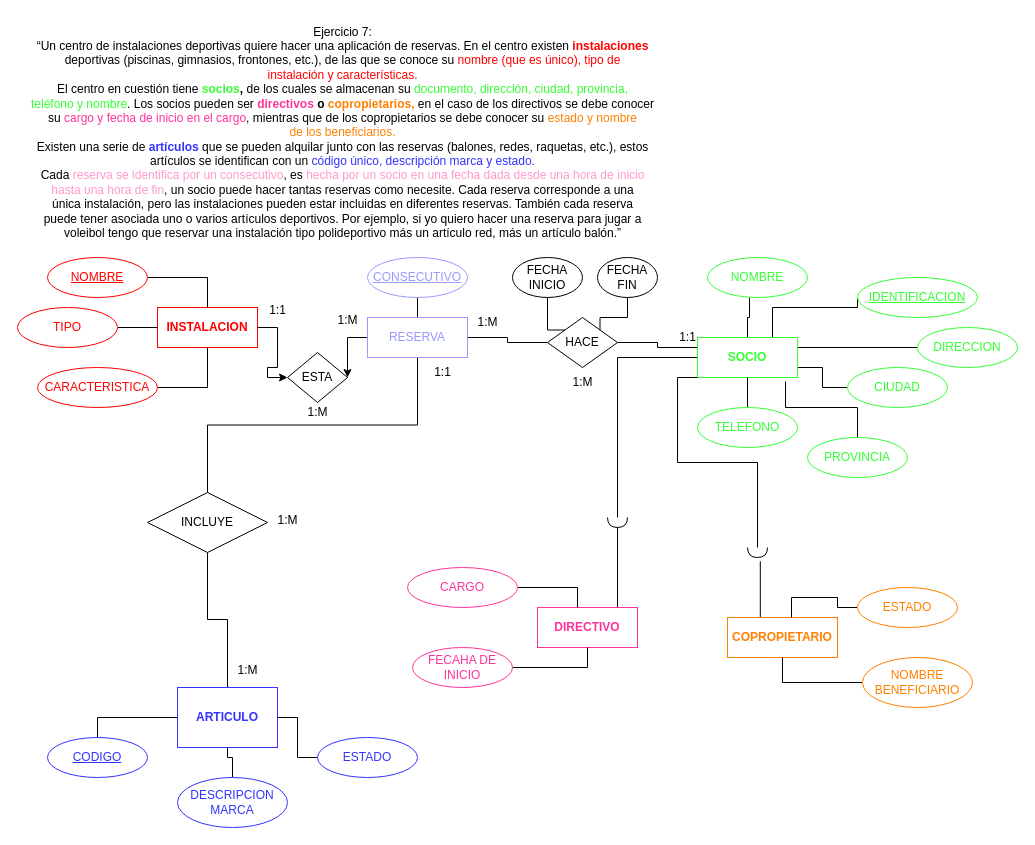
Earlier version of the draw.io diagram page "Página-3" (3 of 4) of Diagrama sin título.drawio (Cris25nkl/DIAGRAMS_BD). Source tidied: cells renumbered, new cells numbered last; positions are measured from the earlier drawing's top-left corner, leaving out a move shared by most shapes. Both pictures are drawn from the tidied source at 100%, with x=0, y=0 at pixel (17, 17).
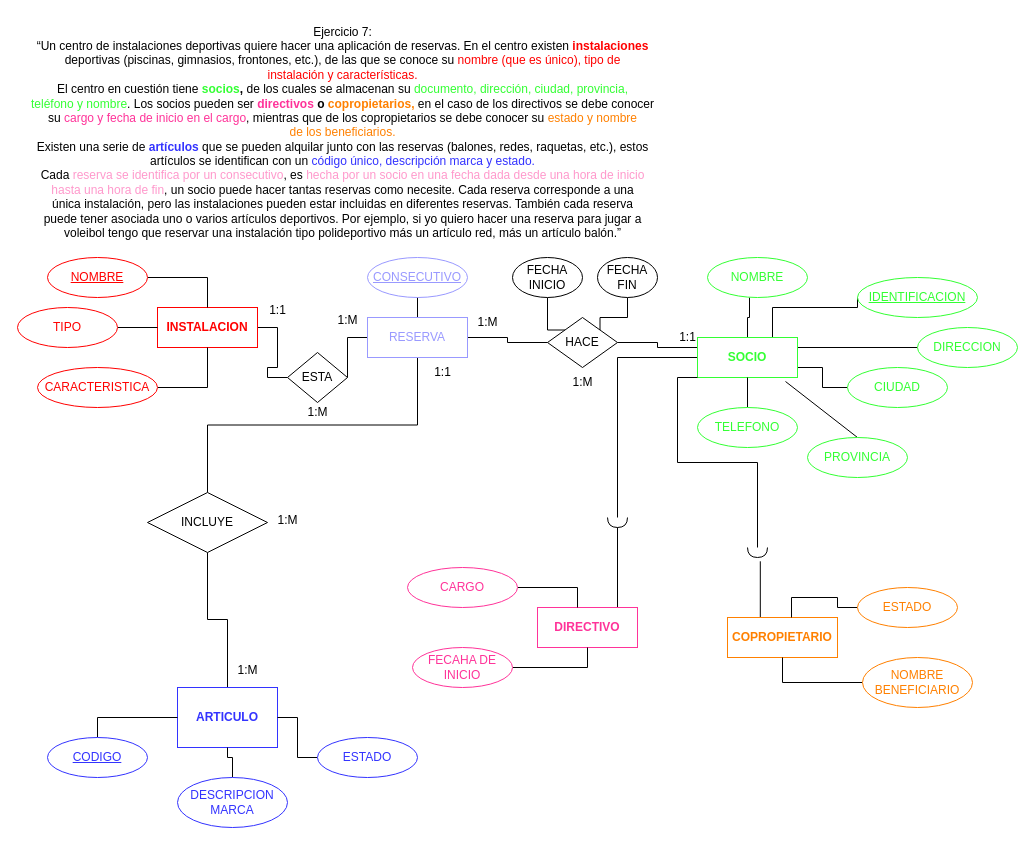
After the change.

Unchanged cells that the change refers to:
```xml
<mxCell id="4" value="&lt;b&gt;INSTALACION&lt;/b&gt;" style="whiteSpace=wrap;html=1;align=center;strokeColor=#FF0000;fontColor=#FF0000;" parent="1" vertex="1">
  <mxGeometry x="140" y="290" width="100" height="40" as="geometry" />
</mxCell>
<mxCell id="12" value="SOCIO" style="whiteSpace=wrap;html=1;align=center;fontColor=#33FF33;fontStyle=1;strokeColor=#33FF33;" parent="1" vertex="1">
  <mxGeometry x="680" y="320" width="100" height="40" as="geometry" />
</mxCell>
<mxCell id="28" value="PROVINCIA" style="ellipse;whiteSpace=wrap;html=1;align=center;strokeColor=#33FF33;fontColor=#33FF33;" parent="1" vertex="1">
  <mxGeometry x="790" y="420" width="100" height="40" as="geometry" />
</mxCell>
<mxCell id="53" value="RESERVA" style="whiteSpace=wrap;html=1;align=center;strokeColor=#9999FF;fontColor=#9999FF;" parent="1" vertex="1">
  <mxGeometry x="350" y="300" width="100" height="40" as="geometry" />
</mxCell>
<mxCell id="63" value="ESTA" style="shape=rhombus;perimeter=rhombusPerimeter;whiteSpace=wrap;html=1;align=center;" parent="1" vertex="1">
  <mxGeometry x="270" y="335" width="60" height="50" as="geometry" />
</mxCell>
```

The edit, as a diff of the source:
```diff
@@
-    <mxCell id="3" style="edgeStyle=orthogonalEdgeStyle;rounded=0;jettySize=auto;html=1;exitX=1;exitY=0.5;exitDx=0;exitDy=0;entryX=0;entryY=0.5;entryDx=0;entryDy=0;" parent="1" edge="1" source="4" target="63">
+    <mxCell id="3" style="edgeStyle=orthogonalEdgeStyle;rounded=0;jettySize=auto;html=1;exitX=1;exitY=0.5;exitDx=0;exitDy=0;entryX=0;entryY=0.5;entryDx=0;entryDy=0;endArrow=none;endFill=0;" parent="1" edge="1" source="4" target="63">
       <mxGeometry relative="1" as="geometry" />
     </mxCell>
@@
-    <mxCell id="27" style="edgeStyle=orthogonalEdgeStyle;rounded=0;jettySize=auto;html=1;exitX=0.5;exitY=0;exitDx=0;exitDy=0;entryX=0.88;entryY=1.1;entryDx=0;entryDy=0;entryPerimeter=0;endArrow=none;endFill=0;" parent="1" edge="1" source="28" target="12">
+    <mxCell id="27" style="rounded=0;jettySize=auto;html=1;exitX=0.5;exitY=0;exitDx=0;exitDy=0;entryX=0.88;entryY=1.1;entryDx=0;entryDy=0;entryPerimeter=0;endArrow=none;endFill=0;" parent="1" edge="1" source="28" target="12">
       <mxGeometry relative="1" as="geometry" />
     </mxCell>
@@
-    <mxCell id="51" style="edgeStyle=orthogonalEdgeStyle;rounded=0;jettySize=auto;html=1;entryX=1;entryY=0.5;entryDx=0;entryDy=0;" parent="1" edge="1" source="53" target="63">
+    <mxCell id="51" style="edgeStyle=orthogonalEdgeStyle;rounded=0;jettySize=auto;html=1;entryX=1;entryY=0.5;entryDx=0;entryDy=0;endArrow=none;endFill=0;" parent="1" edge="1" source="53" target="63">
       <mxGeometry relative="1" as="geometry" />
     </mxCell>
```
